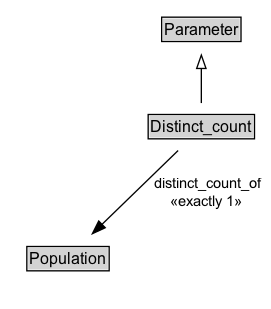
Earlier version of the Graphviz export docs/diagrams/Distinct_count.dot.png (ISO-TC204/ontology-i72-v1). Its source is kept beside it as docs/diagrams/Distinct_count.dot. Source of this version:
```dot
digraph {
	graph [overlap=false rankdir=TB splines=true]
	node [fontname=Arial fontsize=12 margin=0 shape=none]
	edge [fontname=Arial fontsize=11]
	{
		rank=max
		Distinct_count [label=<<TABLE BORDER="1" CELLBORDER="0" CELLSPACING="0" CELLPADDING="1"><TR><TD BGCOLOR="lightgray" ALIGN="CENTER" PORT="e">Distinct_count</TD></TR></TABLE>> URL="../Distinct_count.md" margin=0]
	}
	subgraph cluster_associated {
		label="" style=invis
		Invis [label=<<TABLE BORDER="0" CELLBORDER="0" CELLSPACING="0" CELLPADDING="1"><TR><TD></TD></TR></TABLE>> margin=0 style=invis]
		Population [label=<<TABLE BORDER="1" CELLBORDER="0" CELLSPACING="0" CELLPADDING="1"><TR><TD BGCOLOR="lightgray" ALIGN="CENTER">Population</TD></TR></TABLE>> URL="../Population.md" margin=0]
	}
	Parameter [label=<<TABLE BORDER="1" CELLBORDER="0" CELLSPACING="0" CELLPADDING="1"><TR><TD BGCOLOR="lightgray" ALIGN="CENTER">Parameter</TD></TR></TABLE>> URL="../Parameter.md" margin=0]
	Distinct_count -> Parameter [arrowhead=onormal style=solid]
	Distinct_count -> Invis [style=invis]
	Invis -> Population [style=invis]
	Distinct_count -> Population [label=" distinct_count_of
 «exactly 1»  " arrowhead=normal style=solid]
}
```
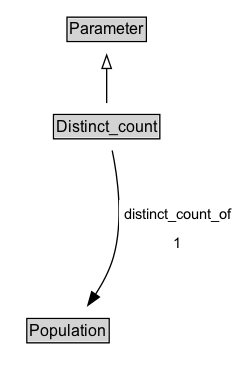
After the change.

Change to the diagram source:
```diff
@@ -3,18 +3,21 @@
 	node [fontname=Arial fontsize=12 margin=0 shape=none]
 	edge [fontname=Arial fontsize=11]
 	{
+		rank=source
+		Parameter [label=<<TABLE BORDER="1" CELLBORDER="0" CELLSPACING="0" CELLPADDING="1"><TR><TD BGCOLOR="lightgray" ALIGN="CENTER">Parameter</TD></TR></TABLE>> URL="../Parameter" margin=0]
+	}
+	Distinct_count [label=<<TABLE BORDER="1" CELLBORDER="0" CELLSPACING="0" CELLPADDING="1"><TR><TD BGCOLOR="lightgray" ALIGN="CENTER">Distinct_count</TD></TR></TABLE>> URL="../Distinct_count" margin=0]
+	{
 		rank=max
-		Distinct_count [label=<<TABLE BORDER="1" CELLBORDER="0" CELLSPACING="0" CELLPADDING="1"><TR><TD BGCOLOR="lightgray" ALIGN="CENTER" PORT="e">Distinct_count</TD></TR></TABLE>> URL="../Distinct_count.md" margin=0]
 	}
 	subgraph cluster_associated {
 		label="" style=invis
 		Invis [label=<<TABLE BORDER="0" CELLBORDER="0" CELLSPACING="0" CELLPADDING="1"><TR><TD></TD></TR></TABLE>> margin=0 style=invis]
-		Population [label=<<TABLE BORDER="1" CELLBORDER="0" CELLSPACING="0" CELLPADDING="1"><TR><TD BGCOLOR="lightgray" ALIGN="CENTER">Population</TD></TR></TABLE>> URL="../Population.md" margin=0]
+		Population [label=<<TABLE BORDER="1" CELLBORDER="0" CELLSPACING="0" CELLPADDING="1"><TR><TD BGCOLOR="lightgray" ALIGN="CENTER">Population</TD></TR></TABLE>> URL="../Population" margin=0]
 	}
-	Parameter [label=<<TABLE BORDER="1" CELLBORDER="0" CELLSPACING="0" CELLPADDING="1"><TR><TD BGCOLOR="lightgray" ALIGN="CENTER">Parameter</TD></TR></TABLE>> URL="../Parameter.md" margin=0]
 	Distinct_count -> Parameter [arrowhead=onormal style=solid]
 	Distinct_count -> Invis [style=invis]
 	Invis -> Population [style=invis]
-	Distinct_count -> Population [label=" distinct_count_of
- «exactly 1»  " arrowhead=normal style=solid]
+	Population [label=<<TABLE BORDER="1" CELLBORDER="0" CELLSPACING="0" CELLPADDING="1"><TR><TD BGCOLOR="lightgray" ALIGN="CENTER">Population</TD></TR></TABLE>> URL="../Population" margin=0]
+	Distinct_count -> Population [label=<<TABLE BORDER="0" CELLBORDER="0" CELLSPACING="0" CELLPADDING="4" BGCOLOR="white"><TR><TD ALIGN="CENTER">distinct_count_of</TD></TR><TR><TD ALIGN="CENTER">1</TD></TR></TABLE>> arrowhead=normal style=solid]
 }
```
